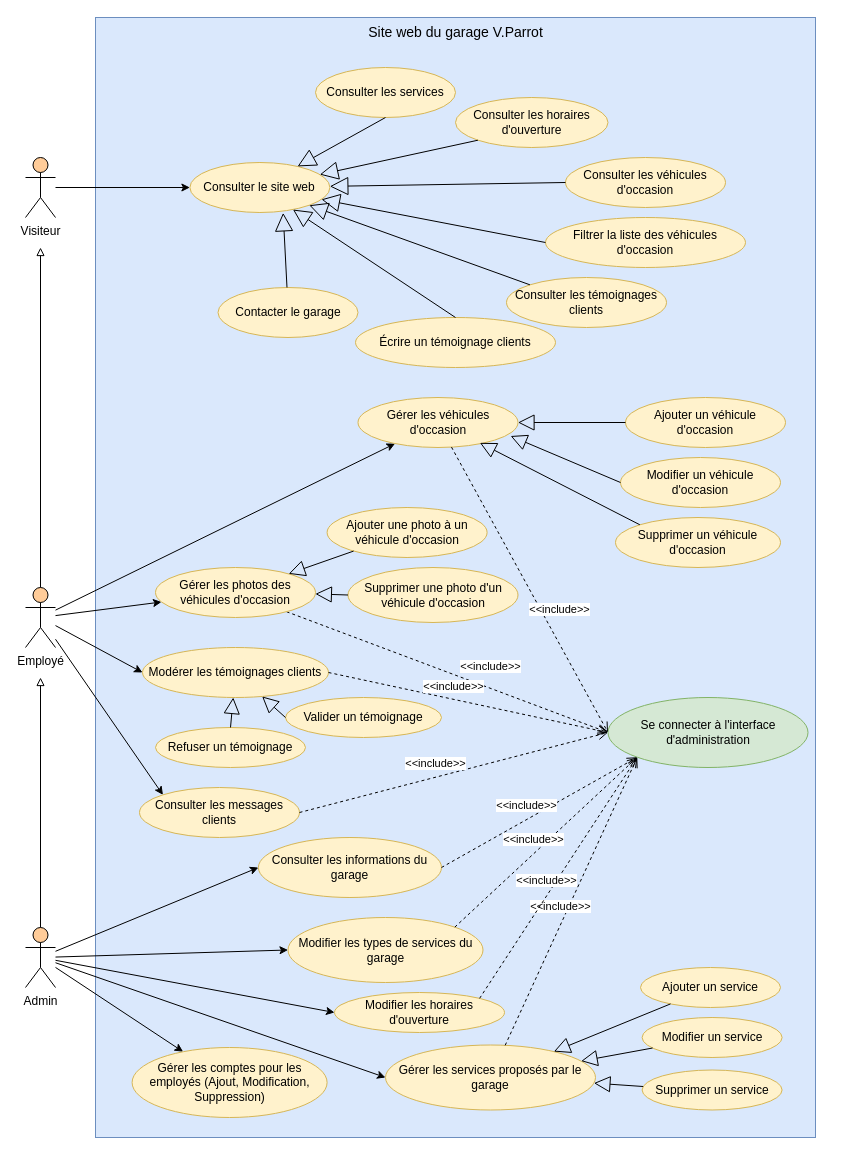
floretcl/ECF-TP-DWWM-Garage-02-06-2023 keeps this draw.io diagram as diagramme_cas_utilisation.drawio. Above is the earlier version. Source tidied: cells renumbered, new cells numbered last; positions are measured from the earlier drawing's top-left corner, leaving out a move shared by most shapes. Both pictures are drawn from the tidied source at 100%, with x=0, y=0 at pixel (25, 17).
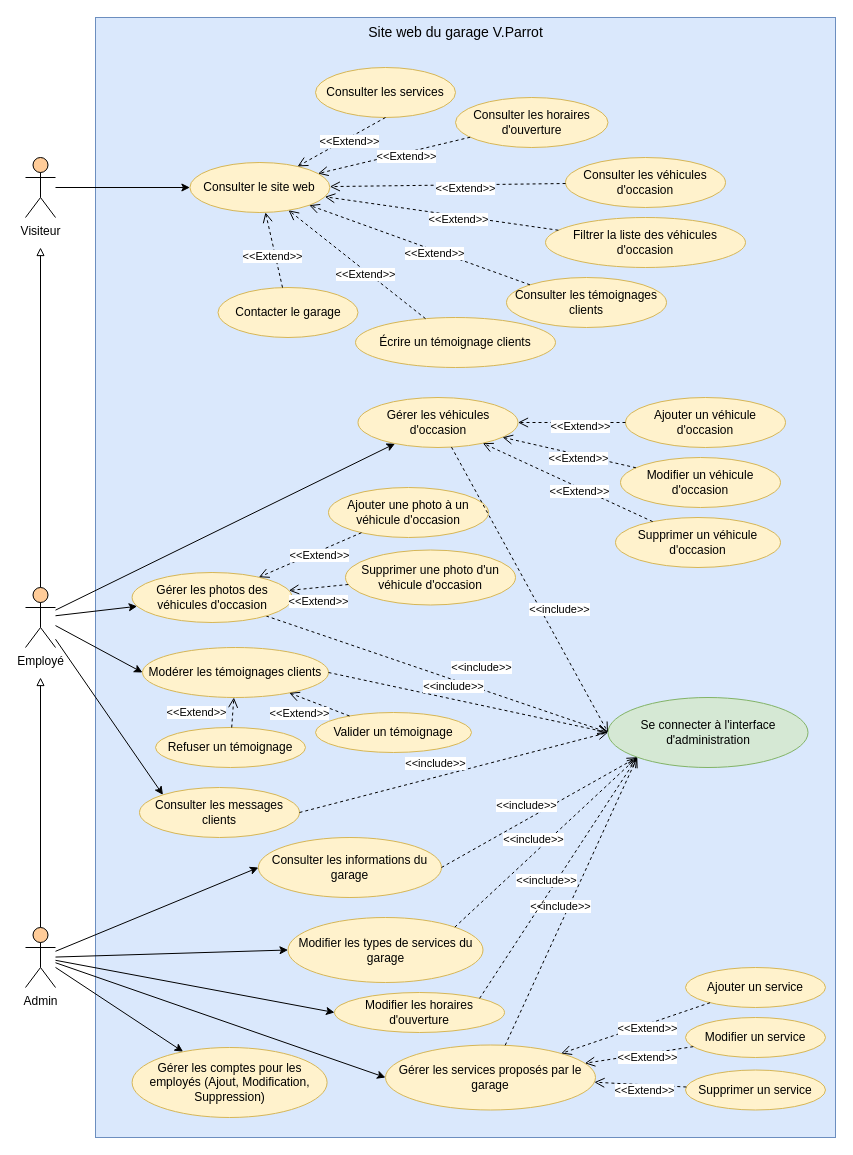
Above is the later version.

The change refers to these unchanged cells:
```xml
<mxCell id="23" value="Consulter les services" style="ellipse;whiteSpace=wrap;html=1;fillColor=#fff2cc;strokeColor=#d6b656;" parent="1" vertex="1">
  <mxGeometry x="290" y="50" width="140" height="50" as="geometry" />
</mxCell>
<mxCell id="25" value="Consulter les véhicules d'occasion" style="ellipse;whiteSpace=wrap;html=1;fillColor=#fff2cc;strokeColor=#d6b656;" parent="1" vertex="1">
  <mxGeometry x="540" y="140" width="160" height="50" as="geometry" />
</mxCell>
<mxCell id="26" value="Consulter les horaires d'ouverture" style="ellipse;whiteSpace=wrap;html=1;fillColor=#fff2cc;strokeColor=#d6b656;" parent="1" vertex="1">
  <mxGeometry x="430" y="80" width="152.5" height="50" as="geometry" />
</mxCell>
<mxCell id="27" value="Ajouter un véhicule d'occasion" style="ellipse;whiteSpace=wrap;html=1;fillColor=#fff2cc;strokeColor=#d6b656;" parent="1" vertex="1">
  <mxGeometry x="600" y="380" width="160" height="50" as="geometry" />
</mxCell>
<mxCell id="28" value="Modifier un véhicule d'occasion" style="ellipse;whiteSpace=wrap;html=1;fillColor=#fff2cc;strokeColor=#d6b656;" parent="1" vertex="1">
  <mxGeometry x="595" y="440" width="160" height="50" as="geometry" />
</mxCell>
<mxCell id="29" value="Supprimer un véhicule d'occasion" style="ellipse;whiteSpace=wrap;html=1;fillColor=#fff2cc;strokeColor=#d6b656;" parent="1" vertex="1">
  <mxGeometry x="590" y="500" width="165" height="50" as="geometry" />
</mxCell>
<mxCell id="30" value="Filtrer la liste des véhicules d'occasion" style="ellipse;whiteSpace=wrap;html=1;fillColor=#fff2cc;strokeColor=#d6b656;" parent="1" vertex="1">
  <mxGeometry x="520" y="200" width="200" height="50" as="geometry" />
</mxCell>
<mxCell id="31" value="Contacter le garage" style="ellipse;whiteSpace=wrap;html=1;fillColor=#fff2cc;strokeColor=#d6b656;" parent="1" vertex="1">
  <mxGeometry x="192.5" y="270" width="140" height="50" as="geometry" />
</mxCell>
<mxCell id="32" value="Écrire un témoignage clients" style="ellipse;whiteSpace=wrap;html=1;fillColor=#fff2cc;strokeColor=#d6b656;" parent="1" vertex="1">
  <mxGeometry x="330" y="300" width="200" height="50" as="geometry" />
</mxCell>
<mxCell id="33" value="Consulter le site web" style="ellipse;whiteSpace=wrap;html=1;fillColor=#fff2cc;strokeColor=#d6b656;" parent="1" vertex="1">
  <mxGeometry x="164.4" y="145" width="140" height="50" as="geometry" />
</mxCell>
<mxCell id="34" value="Modérer les témoignages clients" style="ellipse;whiteSpace=wrap;html=1;fillColor=#fff2cc;strokeColor=#d6b656;" parent="1" vertex="1">
  <mxGeometry x="117" y="630" width="186" height="50" as="geometry" />
</mxCell>
<mxCell id="39" value="Consulter les témoignages clients" style="ellipse;whiteSpace=wrap;html=1;fillColor=#fff2cc;strokeColor=#d6b656;" parent="1" vertex="1">
  <mxGeometry x="481" y="260" width="160" height="50" as="geometry" />
</mxCell>
<mxCell id="43" value="Gérer les véhicules d'occasion" style="ellipse;whiteSpace=wrap;html=1;fillColor=#fff2cc;strokeColor=#d6b656;" parent="1" vertex="1">
  <mxGeometry x="332.5" y="380" width="160" height="50" as="geometry" />
</mxCell>
<mxCell id="46" value="Refuser un témoignage" style="ellipse;whiteSpace=wrap;html=1;fillColor=#fff2cc;strokeColor=#d6b656;" parent="1" vertex="1">
  <mxGeometry x="130" y="710" width="150" height="40" as="geometry" />
</mxCell>
<mxCell id="47" value="Gérer les services proposés par le garage" style="ellipse;whiteSpace=wrap;html=1;fillColor=#fff2cc;strokeColor=#d6b656;" parent="1" vertex="1">
  <mxGeometry x="360" y="1027.5" width="210" height="65" as="geometry" />
</mxCell>
```

Change to the diagram source:
```diff
@@
     <mxCell id="2" style="rounded=0;whiteSpace=wrap;html=1;fillColor=#dae8fc;strokeColor=#6c8ebf;verticalAlign=bottom;" parent="1" vertex="1">
-      <mxGeometry x="70" width="720" height="1120" as="geometry" />
+      <mxGeometry x="70" width="740" height="1120" as="geometry" />
     </mxCell>
@@
     <mxCell id="20" value="Ajouter un service" style="ellipse;whiteSpace=wrap;html=1;fillColor=#fff2cc;strokeColor=#d6b656;" parent="1" vertex="1">
-      <mxGeometry x="615" y="950" width="140" height="40" as="geometry" />
+      <mxGeometry x="660" y="950" width="140" height="40" as="geometry" />
     </mxCell>
     <mxCell id="21" value="Modifier un service" style="ellipse;whiteSpace=wrap;html=1;fillColor=#fff2cc;strokeColor=#d6b656;" parent="1" vertex="1">
-      <mxGeometry x="616.6" y="1000" width="140" height="40" as="geometry" />
+      <mxGeometry x="660" y="1000" width="140" height="40" as="geometry" />
     </mxCell>
     <mxCell id="22" value="Supprimer un service" style="ellipse;whiteSpace=wrap;html=1;fillColor=#fff2cc;strokeColor=#d6b656;" parent="1" vertex="1">
-      <mxGeometry x="616.6" y="1052.5" width="140" height="40" as="geometry" />
+      <mxGeometry x="660" y="1052.5" width="140" height="40" as="geometry" />
     </mxCell>
@@
     <mxCell id="35" value="Ajouter une photo à un véhicule d'occasion" style="ellipse;whiteSpace=wrap;html=1;fillColor=#fff2cc;strokeColor=#d6b656;" parent="1" vertex="1">
-      <mxGeometry x="301.6" y="490" width="160" height="50" as="geometry" />
+      <mxGeometry x="303" y="470" width="160" height="50" as="geometry" />
     </mxCell>
     <mxCell id="36" value="Supprimer une photo d'un véhicule d'occasion" style="ellipse;whiteSpace=wrap;html=1;fillColor=#fff2cc;strokeColor=#d6b656;" parent="1" vertex="1">
-      <mxGeometry x="322.5" y="550" width="170" height="55" as="geometry" />
+      <mxGeometry x="320" y="532.5" width="170" height="55" as="geometry" />
     </mxCell>
@@
     <mxCell id="44" value="Gérer les photos des véhicules d'occasion" style="ellipse;whiteSpace=wrap;html=1;fillColor=#fff2cc;strokeColor=#d6b656;" parent="1" vertex="1">
-      <mxGeometry x="130" y="550" width="160" height="50" as="geometry" />
+      <mxGeometry x="106.6" y="555" width="160" height="50" as="geometry" />
     </mxCell>
     <mxCell id="45" value="Valider un témoignage" style="ellipse;whiteSpace=wrap;html=1;fillColor=#fff2cc;strokeColor=#d6b656;" parent="1" vertex="1">
-      <mxGeometry x="260" y="680" width="156" height="40" as="geometry" />
+      <mxGeometry x="290" y="695" width="156" height="40" as="geometry" />
     </mxCell>
@@
-    <mxCell id="48" style="endArrow=block;endSize=16;endFill=0;html=1;rounded=0;exitX=0.5;exitY=1;exitDx=0;exitDy=0;" parent="1" edge="1" source="23" target="33">
+    <mxCell id="48" style="endArrow=open;endSize=8;endFill=0;html=1;rounded=0;exitX=0.5;exitY=1;exitDx=0;exitDy=0;dashed=1;" parent="1" edge="1" source="23" target="33">
       <mxGeometry x="0.39" y="21" relative="1" as="geometry" />
     </mxCell>
-    <mxCell id="49" style="endArrow=block;endSize=16;endFill=0;html=1;rounded=0;exitX=0;exitY=1;exitDx=0;exitDy=0;" parent="1" edge="1" source="26" target="33">
-      <mxGeometry x="0.39" y="21" relative="1" as="geometry" />
-    </mxCell>
-    <mxCell id="50" style="endArrow=block;endSize=16;endFill=0;html=1;rounded=0;exitX=0;exitY=0.5;exitDx=0;exitDy=0;" parent="1" edge="1" source="25" target="33">
-      <mxGeometry x="0.39" y="21" relative="1" as="geometry" />
-    </mxCell>
-    <mxCell id="51" style="endArrow=block;endSize=16;endFill=0;html=1;rounded=0;exitX=0;exitY=0.5;exitDx=0;exitDy=0;" parent="1" edge="1" source="30" target="33">
-      <mxGeometry x="0.39" y="21" relative="1" as="geometry" />
-    </mxCell>
-    <mxCell id="52" style="endArrow=block;endSize=16;endFill=0;html=1;rounded=0;exitX=0;exitY=0;exitDx=0;exitDy=0;" parent="1" edge="1" source="39" target="33">
-      <mxGeometry x="0.39" y="21" relative="1" as="geometry" />
-    </mxCell>
-    <mxCell id="53" style="endArrow=block;endSize=16;endFill=0;html=1;rounded=0;exitX=0.5;exitY=0;exitDx=0;exitDy=0;" parent="1" edge="1" source="32" target="33">
-      <mxGeometry x="0.39" y="21" relative="1" as="geometry" />
-    </mxCell>
-    <mxCell id="54" style="endArrow=block;endSize=16;endFill=0;html=1;rounded=0;entryX=0.666;entryY=1.007;entryDx=0;entryDy=0;entryPerimeter=0;" parent="1" edge="1" source="31" target="33">
-      <mxGeometry x="0.39" y="21" relative="1" as="geometry" />
-    </mxCell>
-    <mxCell id="55" style="endArrow=block;endSize=14;endFill=0;html=1;rounded=0;exitX=0;exitY=0.5;exitDx=0;exitDy=0;" parent="1" edge="1" source="27" target="43">
-      <mxGeometry x="0.39" y="21" relative="1" as="geometry" />
-    </mxCell>
-    <mxCell id="56" style="endArrow=block;endSize=14;endFill=0;html=1;rounded=0;exitX=0;exitY=0;exitDx=0;exitDy=0;entryX=0.762;entryY=0.907;entryDx=0;entryDy=0;entryPerimeter=0;" parent="1" edge="1" source="29" target="43">
-      <mxGeometry x="0.39" y="21" relative="1" as="geometry" />
-    </mxCell>
-    <mxCell id="57" style="endArrow=block;endSize=14;endFill=0;html=1;rounded=0;exitX=0;exitY=0.5;exitDx=0;exitDy=0;entryX=0.954;entryY=0.77;entryDx=0;entryDy=0;entryPerimeter=0;" parent="1" edge="1" source="28" target="43">
-      <mxGeometry x="0.39" y="21" relative="1" as="geometry" />
-    </mxCell>
-    <mxCell id="58" style="endArrow=block;endSize=14;endFill=0;html=1;rounded=0;exitX=0;exitY=0.5;exitDx=0;exitDy=0;" parent="1" edge="1" source="36" target="44">
-      <mxGeometry x="0.39" y="21" relative="1" as="geometry" />
-    </mxCell>
-    <mxCell id="59" style="endArrow=block;endSize=14;endFill=0;html=1;rounded=0;" parent="1" edge="1" source="35" target="44">
-      <mxGeometry x="0.39" y="21" relative="1" as="geometry" />
-    </mxCell>
-    <mxCell id="60" style="endArrow=block;endSize=14;endFill=0;html=1;rounded=0;exitX=0;exitY=0.5;exitDx=0;exitDy=0;" parent="1" edge="1" source="45" target="34">
-      <mxGeometry x="0.39" y="21" relative="1" as="geometry" />
-    </mxCell>
-    <mxCell id="61" style="endArrow=block;endSize=14;endFill=0;html=1;rounded=0;exitX=0.5;exitY=0;exitDx=0;exitDy=0;" parent="1" edge="1" source="46" target="34">
-      <mxGeometry x="0.39" y="21" relative="1" as="geometry" />
-    </mxCell>
-    <mxCell id="62" style="endArrow=block;endSize=14;endFill=0;html=1;rounded=0;" parent="1" edge="1" source="21" target="47">
-      <mxGeometry x="0.39" y="21" relative="1" as="geometry" />
-    </mxCell>
-    <mxCell id="63" style="endArrow=block;endSize=14;endFill=0;html=1;rounded=0;" parent="1" edge="1" source="22" target="47">
-      <mxGeometry x="0.39" y="21" relative="1" as="geometry" />
-    </mxCell>
-    <mxCell id="64" style="endArrow=block;endSize=14;endFill=0;html=1;rounded=0;" parent="1" edge="1" source="20" target="47">
-      <mxGeometry x="0.39" y="21" relative="1" as="geometry" />
-    </mxCell>
+    <mxCell id="73" value="&amp;lt;&amp;lt;Extend&amp;gt;&amp;gt;" style="edgeLabel;html=1;align=center;verticalAlign=middle;" parent="48" vertex="1">
+      <mxGeometry x="-0.14" y="3" relative="1" as="geometry" />
+    </mxCell>
@@
+    <mxCell id="49" style="endArrow=open;endSize=8;endFill=0;html=1;rounded=0;dashed=1;" parent="1" edge="1" source="26" target="33">
+      <mxGeometry x="0.39" y="21" relative="1" as="geometry" />
+    </mxCell>
+    <mxCell id="74" value="&amp;lt;&amp;lt;Extend&amp;gt;&amp;gt;" style="edgeLabel;html=1;align=center;verticalAlign=middle;" parent="49" vertex="1">
+      <mxGeometry x="-0.14" y="3" relative="1" as="geometry" />
+    </mxCell>
+    <mxCell id="50" style="endArrow=open;endSize=8;endFill=0;html=1;rounded=0;dashed=1;" parent="1" edge="1" source="25" target="33">
+      <mxGeometry x="0.39" y="21" relative="1" as="geometry" />
+    </mxCell>
+    <mxCell id="75" value="&amp;lt;&amp;lt;Extend&amp;gt;&amp;gt;" style="edgeLabel;html=1;align=center;verticalAlign=middle;" parent="50" vertex="1">
+      <mxGeometry x="-0.14" y="3" relative="1" as="geometry" />
+    </mxCell>
+    <mxCell id="51" style="endArrow=open;endSize=8;endFill=0;html=1;rounded=0;dashed=1;" parent="1" edge="1" source="30" target="33">
+      <mxGeometry x="0.39" y="21" relative="1" as="geometry" />
+    </mxCell>
+    <mxCell id="76" value="&amp;lt;&amp;lt;Extend&amp;gt;&amp;gt;" style="edgeLabel;html=1;align=center;verticalAlign=middle;" parent="51" vertex="1">
+      <mxGeometry x="-0.14" y="3" relative="1" as="geometry" />
+    </mxCell>
+    <mxCell id="52" style="endArrow=open;endSize=8;endFill=0;html=1;rounded=0;exitX=0;exitY=0;exitDx=0;exitDy=0;dashed=1;" parent="1" edge="1" source="39" target="33">
+      <mxGeometry x="0.39" y="21" relative="1" as="geometry" />
+    </mxCell>
+    <mxCell id="77" value="&amp;lt;&amp;lt;Extend&amp;gt;&amp;gt;" style="edgeLabel;html=1;align=center;verticalAlign=middle;" parent="52" vertex="1">
+      <mxGeometry x="-0.14" y="3" relative="1" as="geometry" />
+    </mxCell>
+    <mxCell id="53" style="endArrow=open;endSize=8;endFill=0;html=1;rounded=0;dashed=1;" parent="1" edge="1" source="32" target="33">
+      <mxGeometry x="0.39" y="21" relative="1" as="geometry" />
+    </mxCell>
+    <mxCell id="78" value="&amp;lt;&amp;lt;Extend&amp;gt;&amp;gt;" style="edgeLabel;html=1;align=center;verticalAlign=middle;" parent="53" vertex="1">
+      <mxGeometry x="-0.14" y="3" relative="1" as="geometry" />
+    </mxCell>
+    <mxCell id="54" style="endArrow=open;endSize=8;endFill=0;html=1;rounded=0;dashed=1;" parent="1" edge="1" source="31" target="33">
+      <mxGeometry x="0.39" y="21" relative="1" as="geometry" />
+    </mxCell>
+    <mxCell id="79" value="&amp;lt;&amp;lt;Extend&amp;gt;&amp;gt;" style="edgeLabel;html=1;align=center;verticalAlign=middle;" parent="54" vertex="1">
+      <mxGeometry x="-0.14" y="3" relative="1" as="geometry" />
+    </mxCell>
+    <mxCell id="55" style="endArrow=open;endSize=8;endFill=0;html=1;rounded=0;dashed=1;" parent="1" edge="1" source="27" target="43">
+      <mxGeometry x="0.39" y="21" relative="1" as="geometry" />
+    </mxCell>
+    <mxCell id="80" value="&amp;lt;&amp;lt;Extend&amp;gt;&amp;gt;" style="edgeLabel;html=1;align=center;verticalAlign=middle;" parent="55" vertex="1">
+      <mxGeometry x="-0.14" y="3" relative="1" as="geometry" />
+    </mxCell>
+    <mxCell id="57" style="endArrow=open;endSize=8;endFill=0;html=1;rounded=0;dashed=1;" parent="1" edge="1" source="28" target="43">
+      <mxGeometry x="0.39" y="21" relative="1" as="geometry" />
+    </mxCell>
+    <mxCell id="81" value="&amp;lt;&amp;lt;Extend&amp;gt;&amp;gt;" style="edgeLabel;html=1;align=center;verticalAlign=middle;" parent="57" vertex="1">
+      <mxGeometry x="-0.14" y="3" relative="1" as="geometry" />
+    </mxCell>
+    <mxCell id="56" style="endArrow=open;endSize=8;endFill=0;html=1;rounded=0;dashed=1;" parent="1" edge="1" source="29" target="43">
+      <mxGeometry x="0.39" y="21" relative="1" as="geometry" />
+    </mxCell>
+    <mxCell id="82" value="&amp;lt;&amp;lt;Extend&amp;gt;&amp;gt;" style="edgeLabel;html=1;align=center;verticalAlign=middle;" parent="56" vertex="1">
+      <mxGeometry x="-0.14" y="3" relative="1" as="geometry" />
+    </mxCell>
+    <mxCell id="59" style="endArrow=open;endSize=8;endFill=0;html=1;rounded=0;dashed=1;" parent="1" edge="1" source="35" target="44">
+      <mxGeometry x="0.39" y="21" relative="1" as="geometry" />
+    </mxCell>
+    <mxCell id="83" value="&amp;lt;&amp;lt;Extend&amp;gt;&amp;gt;" style="edgeLabel;html=1;align=center;verticalAlign=middle;" parent="59" vertex="1">
+      <mxGeometry x="-0.14" y="3" relative="1" as="geometry" />
+    </mxCell>
+    <mxCell id="58" style="endArrow=open;endSize=8;endFill=0;html=1;rounded=0;dashed=1;" parent="1" edge="1" source="36" target="44">
+      <mxGeometry x="0.39" y="21" relative="1" as="geometry" />
+    </mxCell>
+    <mxCell id="84" value="&amp;lt;&amp;lt;Extend&amp;gt;&amp;gt;" style="edgeLabel;html=1;align=center;verticalAlign=middle;" parent="58" vertex="1">
+      <mxGeometry x="-0.14" y="3" relative="1" as="geometry">
+        <mxPoint x="-5" y="11" as="offset" />
+      </mxGeometry>
+    </mxCell>
+    <mxCell id="60" style="endArrow=open;endSize=8;endFill=0;html=1;rounded=0;dashed=1;" parent="1" edge="1" source="45" target="34">
+      <mxGeometry x="0.39" y="21" relative="1" as="geometry" />
+    </mxCell>
+    <mxCell id="85" value="&amp;lt;&amp;lt;Extend&amp;gt;&amp;gt;" style="edgeLabel;html=1;align=center;verticalAlign=middle;" parent="60" vertex="1">
+      <mxGeometry x="-0.14" y="3" relative="1" as="geometry">
+        <mxPoint x="-23" y="4" as="offset" />
+      </mxGeometry>
+    </mxCell>
+    <mxCell id="61" style="endArrow=open;endSize=8;endFill=0;html=1;rounded=0;dashed=1;" parent="1" edge="1" source="46" target="34">
+      <mxGeometry x="0.39" y="21" relative="1" as="geometry" />
+    </mxCell>
+    <mxCell id="86" value="&amp;lt;&amp;lt;Extend&amp;gt;&amp;gt;" style="edgeLabel;html=1;align=center;verticalAlign=middle;" parent="61" vertex="1">
+      <mxGeometry x="-0.14" y="3" relative="1" as="geometry">
+        <mxPoint x="-34" y="-2" as="offset" />
+      </mxGeometry>
+    </mxCell>
+    <mxCell id="64" style="endArrow=open;endSize=8;endFill=0;html=1;rounded=0;dashed=1;" parent="1" edge="1" source="20" target="47">
+      <mxGeometry x="0.39" y="21" relative="1" as="geometry" />
+    </mxCell>
+    <mxCell id="87" value="&amp;lt;&amp;lt;Extend&amp;gt;&amp;gt;" style="edgeLabel;html=1;align=center;verticalAlign=middle;" parent="64" vertex="1">
+      <mxGeometry x="-0.14" y="3" relative="1" as="geometry" />
+    </mxCell>
+    <mxCell id="62" style="endArrow=open;endSize=8;endFill=0;html=1;rounded=0;dashed=1;" parent="1" edge="1" source="21" target="47">
+      <mxGeometry x="0.39" y="21" relative="1" as="geometry" />
+    </mxCell>
+    <mxCell id="88" value="&amp;lt;&amp;lt;Extend&amp;gt;&amp;gt;" style="edgeLabel;html=1;align=center;verticalAlign=middle;" parent="62" vertex="1">
+      <mxGeometry x="-0.14" y="3" relative="1" as="geometry" />
+    </mxCell>
+    <mxCell id="63" style="endArrow=open;endSize=8;endFill=0;html=1;rounded=0;dashed=1;" parent="1" edge="1" source="22" target="47">
+      <mxGeometry x="0.39" y="21" relative="1" as="geometry" />
+    </mxCell>
+    <mxCell id="89" value="&amp;lt;&amp;lt;Extend&amp;gt;&amp;gt;" style="edgeLabel;html=1;align=center;verticalAlign=middle;" parent="63" vertex="1">
+      <mxGeometry x="-0.14" y="3" relative="1" as="geometry">
+        <mxPoint x="-2" y="2" as="offset" />
+      </mxGeometry>
+    </mxCell>
```
